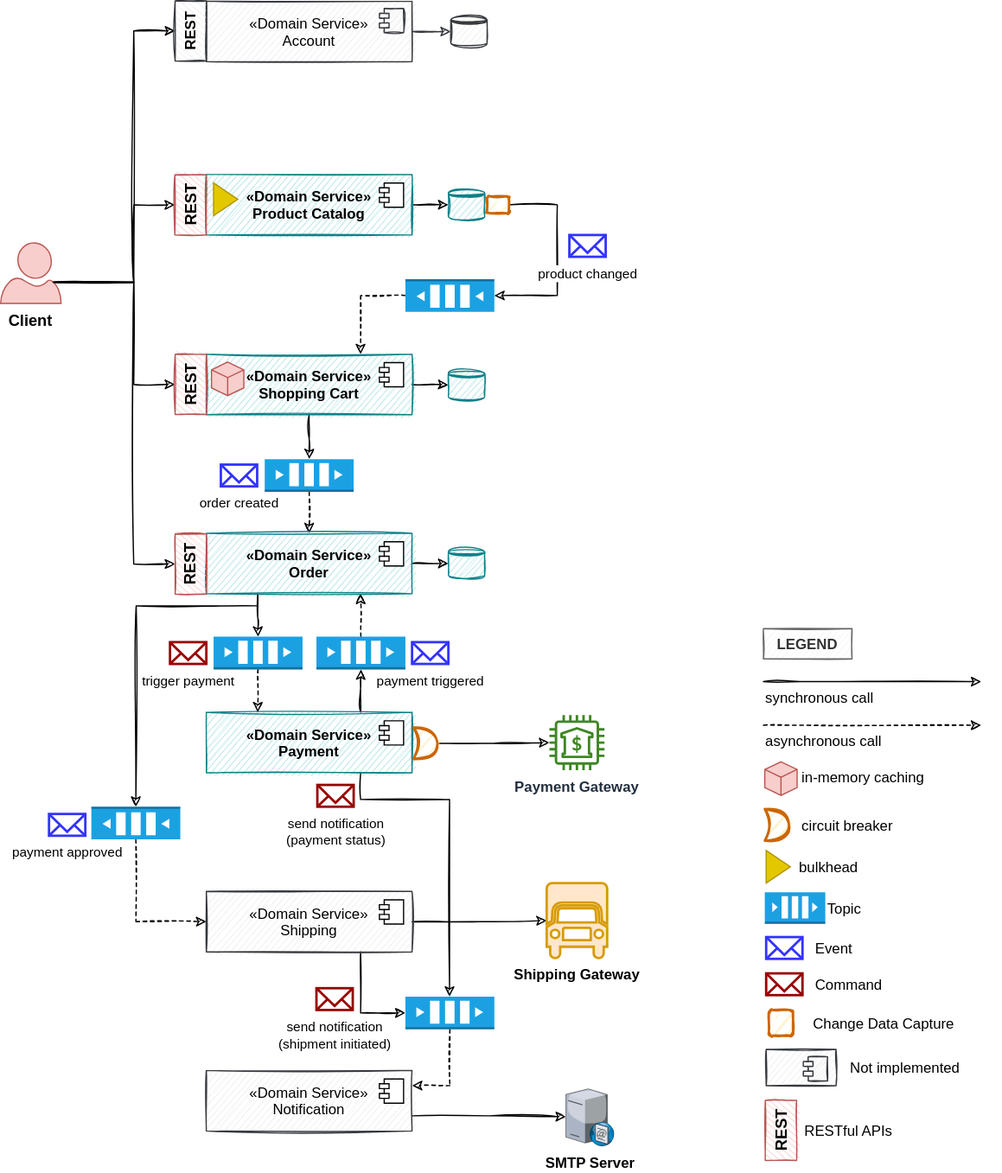
Earlier version of the draw.io export diagrams/software-architecture-diagram.svg (ionutbalosin/ecommerce-app). Source tidied: cells renumbered, new cells last; positions are measured from the earlier drawing's top-left corner, leaving out a move shared by most shapes.
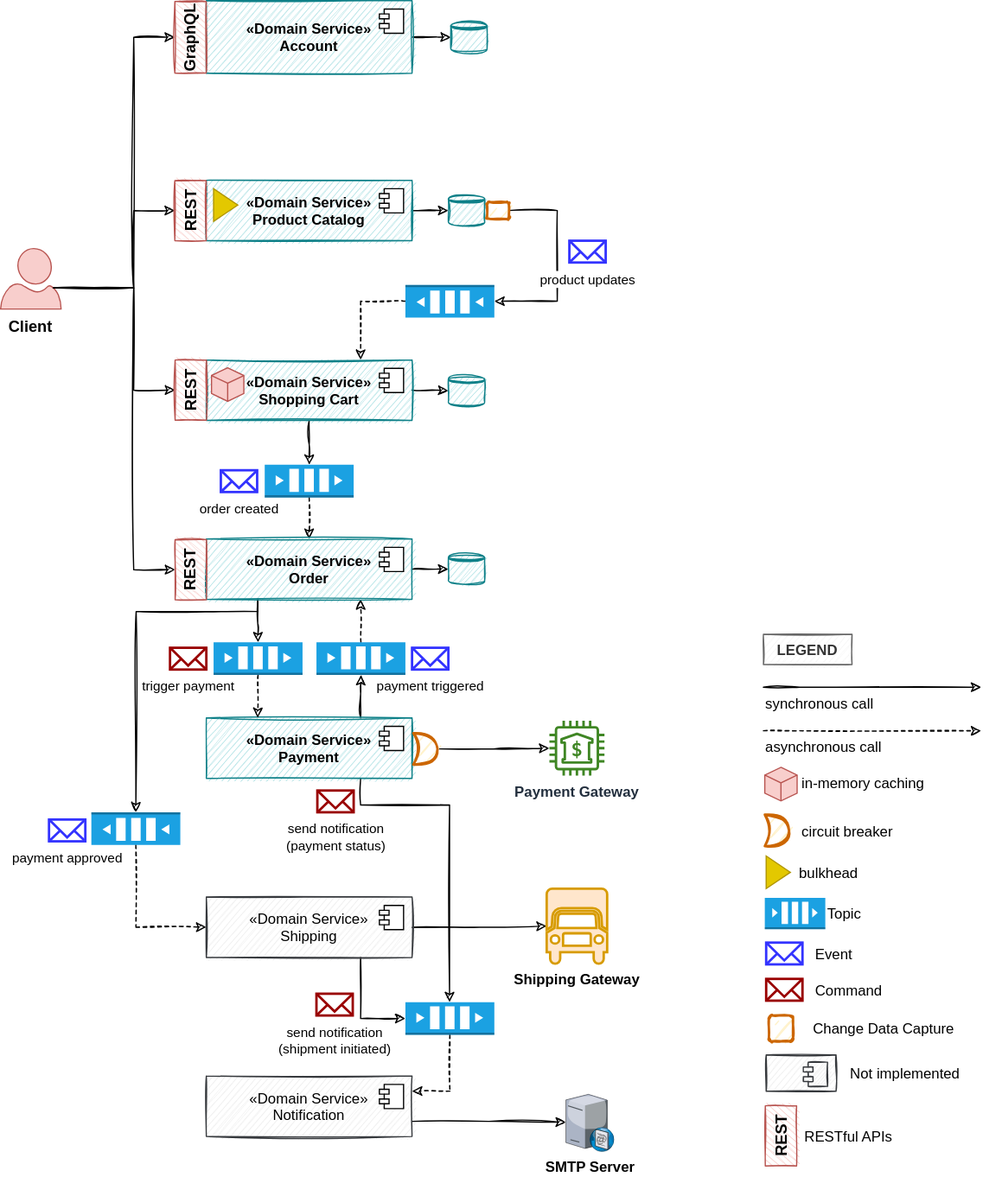
After the commit.

Change to the diagram source:
```diff
@@ -76,10 +76,10 @@
     <mxCell id="20" value="Event" style="text;strokeColor=none;fillColor=none;align=left;verticalAlign=middle;rounded=0;" parent="1" vertex="1">
       <mxGeometry x="671.5" y="767.7" width="46.2" height="30" as="geometry" />
     </mxCell>
-    <mxCell id="21" style="edgeStyle=orthogonalEdgeStyle;rounded=0;jettySize=auto;html=1;exitX=0.87;exitY=0.65;exitDx=0;exitDy=0;entryX=0.5;entryY=0;entryDx=0;entryDy=0;sketch=1;exitPerimeter=0;" parent="1" edge="1" source="70" target="90">
+    <mxCell id="21" style="edgeStyle=orthogonalEdgeStyle;rounded=0;jettySize=auto;html=1;exitX=0.87;exitY=0.65;exitDx=0;exitDy=0;entryX=0.5;entryY=0;entryDx=0;entryDy=0;sketch=1;exitPerimeter=0;" parent="1" edge="1" source="70" target="99">
       <mxGeometry relative="1" as="geometry">
         <Array as="points">
-          <mxPoint x="110" y="233" />
+          <mxPoint x="110" y="232" />
           <mxPoint x="110" y="25" />
         </Array>
       </mxGeometry>
@@ -168,10 +168,10 @@
     <mxCell id="42" style="edgeStyle=orthogonalEdgeStyle;rounded=0;jettySize=auto;strokeColor=default;exitX=1;exitY=0.5;exitDx=0;exitDy=0;sketch=1;" parent="1" edge="1" source="73" target="41">
       <mxGeometry relative="1" as="geometry" />
     </mxCell>
-    <mxCell id="43" style="shape=datastore;fillColor=#eeeeee;strokeColor=#36393d;sketch=1;" parent="1" vertex="1">
+    <mxCell id="43" style="shape=datastore;fillColor=#b0e3e6;strokeColor=#0e8088;sketch=1;shadow=0;fontStyle=1;" parent="1" vertex="1">
       <mxGeometry x="372" y="12.8" width="30" height="25" as="geometry" />
     </mxCell>
-    <mxCell id="44" style="edgeStyle=orthogonalEdgeStyle;rounded=0;jettySize=auto;strokeColor=#36393d;exitX=1;exitY=0.5;exitDx=0;exitDy=0;fillColor=#eeeeee;sketch=1;" parent="1" edge="1" source="88" target="43">
+    <mxCell id="44" style="edgeStyle=orthogonalEdgeStyle;rounded=0;jettySize=auto;strokeColor=default;exitX=1;exitY=0.5;exitDx=0;exitDy=0;fillColor=#eeeeee;sketch=1;" parent="1" edge="1" source="88" target="43">
       <mxGeometry relative="1" as="geometry" />
     </mxCell>
     <mxCell id="45" value="&lt;b&gt;Payment Gateway&lt;/b&gt;" style="sketch=0;outlineConnect=0;fontColor=#232F3E;gradientColor=none;fillColor=#3F8624;strokeColor=none;dashed=0;verticalLabelPosition=bottom;verticalAlign=top;align=center;html=1;fontSize=12;fontStyle=0;shape=mxgraph.aws4.bank;" parent="1" vertex="1">
@@ -227,7 +227,7 @@
     <mxCell id="60" value="&lt;font style=&quot;font-size: 11px;&quot;&gt;payment triggered&lt;/font&gt;" style="html=1;verticalLabelPosition=bottom;align=center;labelBackgroundColor=#ffffff;verticalAlign=top;strokeWidth=2;strokeColor=#3333FF;shadow=0;dashed=0;shape=mxgraph.ios7.icons.mail;" parent="1" vertex="1">
       <mxGeometry x="340" y="530" width="30" height="18" as="geometry" />
     </mxCell>
-    <mxCell id="61" value="&lt;font style=&quot;font-size: 11px;&quot;&gt;product changed&lt;/font&gt;" style="html=1;verticalLabelPosition=bottom;align=center;labelBackgroundColor=#ffffff;verticalAlign=top;strokeWidth=2;strokeColor=#3333FF;shadow=0;dashed=0;shape=mxgraph.ios7.icons.mail;" parent="1" vertex="1">
+    <mxCell id="61" value="&lt;font style=&quot;font-size: 11px;&quot;&gt;product updates&lt;/font&gt;" style="html=1;verticalLabelPosition=bottom;align=center;labelBackgroundColor=#ffffff;verticalAlign=top;strokeWidth=2;strokeColor=#3333FF;shadow=0;dashed=0;shape=mxgraph.ios7.icons.mail;" parent="1" vertex="1">
       <mxGeometry x="470" y="193.5" width="30" height="18" as="geometry" />
     </mxCell>
     <mxCell id="62" style="html=1;verticalLabelPosition=bottom;align=center;labelBackgroundColor=#ffffff;verticalAlign=top;strokeWidth=2;strokeColor=#990000;shadow=0;dashed=0;shape=mxgraph.ios7.icons.mail;fillColor=none;" parent="1" vertex="1">
@@ -323,20 +323,6 @@
     <mxCell id="86" value="&lt;b&gt;REST&lt;/b&gt;" style="rounded=0;whiteSpace=wrap;html=1;fontSize=13;rotation=-90;fillColor=#f8cecc;strokeColor=#b85450;sketch=1;align=center;" parent="83" vertex="1">
       <mxGeometry x="-11.9" y="12.5" width="49.7" height="25.9" as="geometry" />
     </mxCell>
-    <mxCell id="87" style="group;" parent="1" vertex="1">
-      <mxGeometry x="144.2" width="195.8" height="50.3" as="geometry" />
-    </mxCell>
-    <mxCell id="88" value="«Domain Service»&#10;Account" style="fillColor=#eeeeee;strokeColor=#36393d;sketch=1;" parent="87" vertex="1">
-      <mxGeometry x="25.8" y="0.3" width="170" height="50" as="geometry" />
-    </mxCell>
-    <mxCell id="89" style="shape=component;jettyWidth=8;jettyHeight=4;fillColor=#eeeeee;strokeColor=#36393d;sketch=1;" parent="88" vertex="1">
-      <mxGeometry x="1" width="20" height="20" relative="1" as="geometry">
-        <mxPoint x="-27" y="6" as="offset" />
-      </mxGeometry>
-    </mxCell>
-    <mxCell id="90" value="&lt;b&gt;REST&lt;/b&gt;" style="rounded=0;whiteSpace=wrap;html=1;fontSize=12;rotation=-90;fillColor=#eeeeee;strokeColor=#36393d;sketch=1;align=center;verticalAlign=middle;gradientColor=none;" parent="87" vertex="1">
-      <mxGeometry x="-11.9" y="11.9" width="49.7" height="25.9" as="geometry" />
-    </mxCell>
     <mxCell id="91" value="&lt;b&gt;REST&lt;/b&gt;" style="rounded=0;whiteSpace=wrap;html=1;fontSize=13;rotation=-90;fillColor=#f8cecc;strokeColor=#b85450;sketch=1;align=center;" parent="1" vertex="1">
       <mxGeometry x="620" y="920.6" width="49.7" height="25.9" as="geometry" />
     </mxCell>
@@ -355,5 +341,19 @@
     <mxCell id="96" style="rounded=1;whiteSpace=wrap;html=1;shadow=0;sketch=1;fillStyle=auto;strokeColor=#CC6600;fillColor=#fff2cc;strokeWidth=2;" parent="1" vertex="1">
       <mxGeometry x="634.9" y="834" width="20" height="21.3" as="geometry" />
     </mxCell>
+    <mxCell id="97" style="group;" parent="1" vertex="1">
+      <mxGeometry x="144" y="-5" width="196" height="60" as="geometry" />
+    </mxCell>
+    <mxCell id="88" value="«Domain Service»&#10;Account" style="fillColor=#b0e3e6;strokeColor=#0e8088;sketch=1;shadow=0;fontStyle=1;" parent="97" vertex="1">
+      <mxGeometry x="26" width="170" height="60" as="geometry" />
+    </mxCell>
+    <mxCell id="98" style="shape=component;jettyWidth=8;jettyHeight=4;" parent="88" vertex="1">
+      <mxGeometry x="1" width="20" height="20" relative="1" as="geometry">
+        <mxPoint x="-27" y="7" as="offset" />
+      </mxGeometry>
+    </mxCell>
+    <mxCell id="99" value="&lt;b&gt;GraphQL&lt;/b&gt;" style="rounded=0;whiteSpace=wrap;html=1;fontSize=13;rotation=-90;fillColor=#f8cecc;strokeColor=#b85450;sketch=1;align=center;" parent="97" vertex="1">
+      <mxGeometry x="-16.7" y="17.3" width="59.3" height="25.9" as="geometry" />
+    </mxCell>
   </root>
 </mxGraphModel>
```
